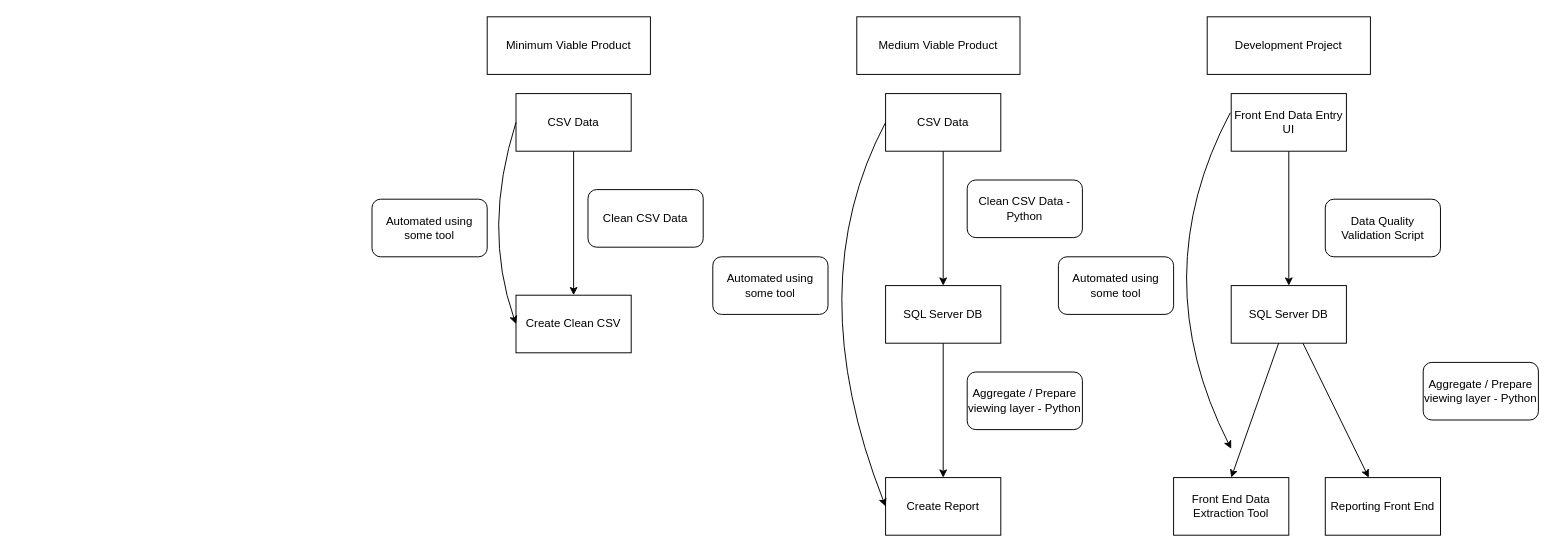
Above: docs/Architecture.drawio in BenCrewe/PythonEDA (draw.io), before the change. Source tidied: cells renumbered, new cells numbered last; positions are measured from the earlier drawing's top-left corner, leaving out a move shared by most shapes. Both pictures are drawn from the tidied source at 96%, with x=0, y=0 at pixel (372, 16).
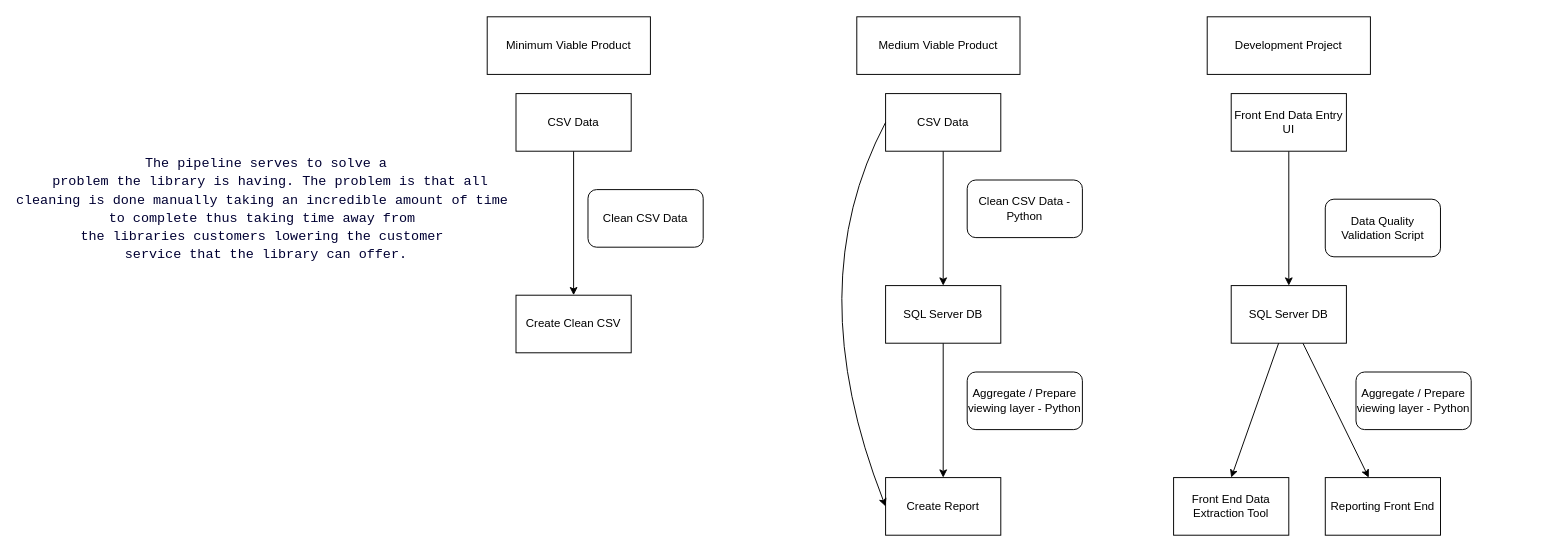
Above is the later version.

The change refers to these unchanged cells:
```xml
<mxCell id="19" value="CSV Data" style="rounded=0;whiteSpace=wrap;html=1;" parent="1" vertex="1">
  <mxGeometry x="150" y="80" width="120" height="60" as="geometry" />
</mxCell>
<mxCell id="21" value="Create Clean CSV" style="rounded=0;whiteSpace=wrap;html=1;" parent="1" vertex="1">
  <mxGeometry x="150" y="290" width="120" height="60" as="geometry" />
</mxCell>
```

What changed in the source:
```diff
@@
-    <mxCell id="11" value="Automated using some tool" style="rounded=1;whiteSpace=wrap;html=1;" parent="1" vertex="1">
-      <mxGeometry x="355" y="250" width="120" height="60" as="geometry" />
-    </mxCell>
@@
-    <mxCell id="23" style="curved=1;endArrow=classic;html=1;entryX=0;entryY=0.5;entryDx=0;entryDy=0;exitX=0;exitY=0.5;exitDx=0;exitDy=0;" parent="1" edge="1" source="19" target="21">
-      <mxGeometry relative="1" as="geometry">
-        <Array as="points">
-          <mxPoint x="115" y="220" />
-        </Array>
-      </mxGeometry>
-    </mxCell>
-    <mxCell id="24" value="Automated using some tool" style="rounded=1;whiteSpace=wrap;html=1;" parent="1" vertex="1">
-      <mxGeometry y="190" width="120" height="60" as="geometry" />
-    </mxCell>
@@
     <mxCell id="27" value="&lt;span style=&quot;color: rgb(0, 0, 0);&quot;&gt;Aggregate / Prepare viewing layer - Python&lt;/span&gt;" style="rounded=1;whiteSpace=wrap;html=1;" parent="1" vertex="1">
-      <mxGeometry x="1095" y="360" width="120" height="60" as="geometry" />
+      <mxGeometry x="1025" y="370" width="120" height="60" as="geometry" />
     </mxCell>
-    <mxCell id="28" style="curved=1;endArrow=classic;html=1;exitX=0;exitY=0.5;exitDx=0;exitDy=0;" parent="1" edge="1">
-      <mxGeometry relative="1" as="geometry">
-        <mxPoint x="894" y="100" as="sourcePoint" />
-        <mxPoint x="895" y="450" as="targetPoint" />
-        <Array as="points">
-          <mxPoint x="804" y="270" />
-        </Array>
-      </mxGeometry>
-    </mxCell>
@@
-    <mxCell id="30" value="Automated using some tool" style="rounded=1;whiteSpace=wrap;html=1;" parent="1" vertex="1">
-      <mxGeometry x="715" y="250" width="120" height="60" as="geometry" />
+    <mxCell id="30" value="&lt;div style=&quot;font-family: Consolas, &amp;quot;Courier New&amp;quot;, monospace; font-size: 14px; line-height: 19px; white-space: pre;&quot;&gt;&lt;span style=&quot;background-color: light-dark(#ffffff, var(--ge-dark-color, #121212));&quot;&gt;&lt;font style=&quot;color: rgb(0, 0, 51);&quot;&gt;The pipeline serves to solve a&lt;/font&gt;&lt;/span&gt;&lt;/div&gt;&lt;div style=&quot;font-family: Consolas, &amp;quot;Courier New&amp;quot;, monospace; font-size: 14px; line-height: 19px; white-space: pre; color: rgb(204, 204, 204);&quot;&gt;&lt;span style=&quot;background-color: light-dark(#ffffff, var(--ge-dark-color, #121212)); color: rgb(204, 204, 204);&quot;&gt;&lt;font style=&quot;color: rgb(0, 0, 51);&quot;&gt; problem the library is having. The problem is that all&lt;/font&gt;&lt;/span&gt;&lt;/div&gt;&lt;div style=&quot;font-family: Consolas, &amp;quot;Courier New&amp;quot;, monospace; font-size: 14px; line-height: 19px; white-space: pre; color: rgb(204, 204, 204);&quot;&gt;&lt;span style=&quot;background-color: light-dark(#ffffff, var(--ge-dark-color, #121212)); color: rgb(204, 204, 204);&quot;&gt;&lt;font style=&quot;color: rgb(0, 0, 51);&quot;&gt;cleaning is done manually taking an incredible amount of time &lt;/font&gt;&lt;/span&gt;&lt;/div&gt;&lt;div style=&quot;font-family: Consolas, &amp;quot;Courier New&amp;quot;, monospace; font-size: 14px; line-height: 19px; white-space: pre; color: rgb(204, 204, 204);&quot;&gt;&lt;span style=&quot;background-color: light-dark(#ffffff, var(--ge-dark-color, #121212)); color: rgb(204, 204, 204);&quot;&gt;&lt;font style=&quot;color: rgb(0, 0, 51);&quot;&gt;to complete thus taking time away from &lt;/font&gt;&lt;/span&gt;&lt;/div&gt;&lt;div style=&quot;font-family: Consolas, &amp;quot;Courier New&amp;quot;, monospace; font-size: 14px; line-height: 19px; white-space: pre; color: rgb(204, 204, 204);&quot;&gt;&lt;span style=&quot;background-color: light-dark(#ffffff, var(--ge-dark-color, #121212)); color: rgb(204, 204, 204);&quot;&gt;&lt;font style=&quot;color: rgb(0, 0, 51);&quot;&gt;the libraries customers lowering the customer &lt;/font&gt;&lt;/span&gt;&lt;/div&gt;&lt;div style=&quot;font-family: Consolas, &amp;quot;Courier New&amp;quot;, monospace; font-size: 14px; line-height: 19px; white-space: pre; color: rgb(204, 204, 204);&quot;&gt;&lt;span style=&quot;background-color: light-dark(#ffffff, var(--ge-dark-color, #121212)); color: rgb(204, 204, 204);&quot;&gt;&lt;font style=&quot;color: rgb(0, 0, 51);&quot;&gt;service that the library can offer.&lt;/font&gt;&lt;/span&gt;&lt;/div&gt;" style="text;html=1;align=center;verticalAlign=middle;whiteSpace=wrap;rounded=0;" parent="1" vertex="1">
+      <mxGeometry x="-365" y="130" width="510" height="140" as="geometry" />
     </mxCell>
```
